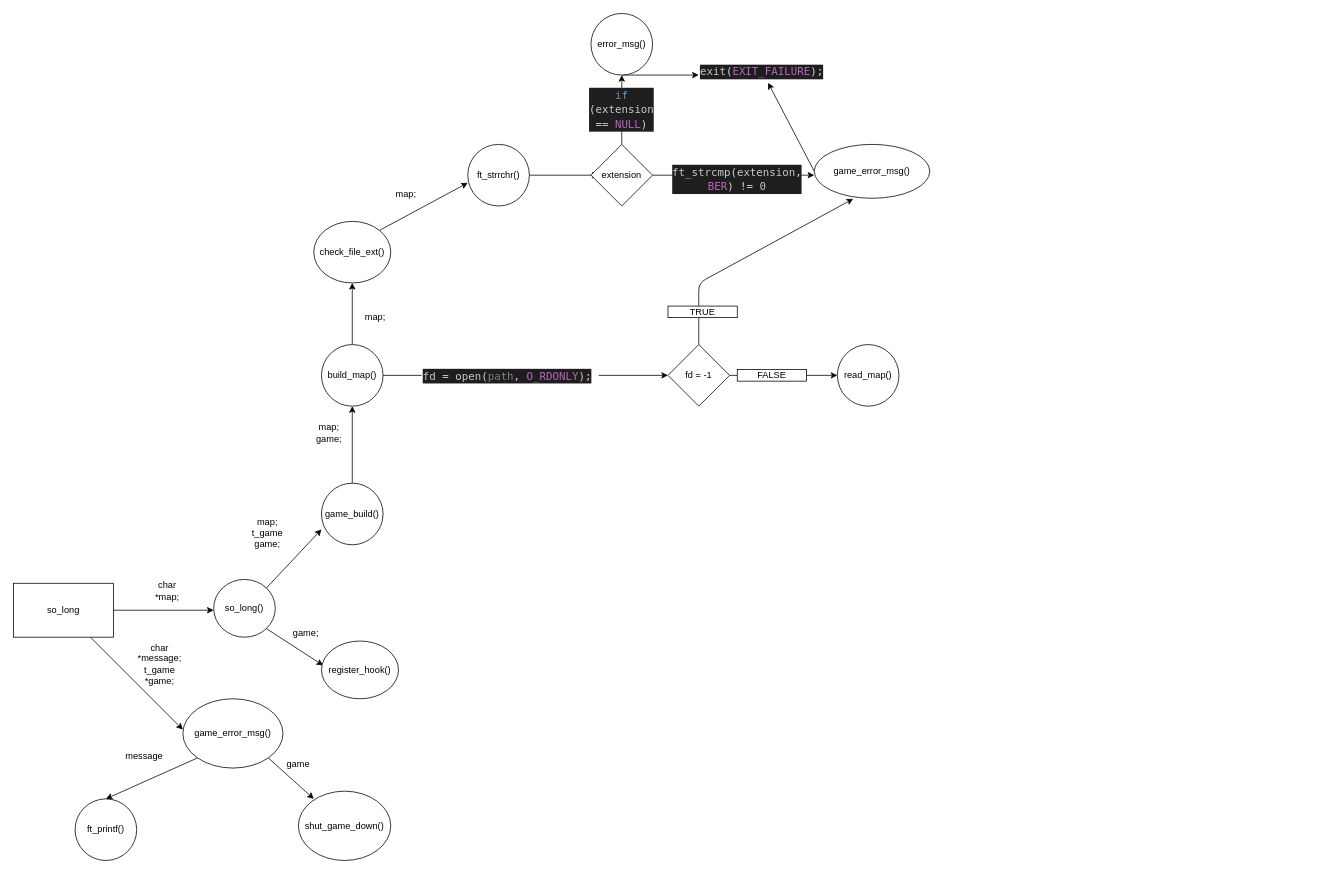
Above: so_long/so_long_diagram.drawio in JOAOVIEG/42Lisboa (draw.io), before the change. Source tidied: cells renumbered, new cells numbered last; positions are measured from the earlier drawing's top-left corner, leaving out a move shared by most shapes. Both pictures are drawn from the tidied source at 77%, with x=0, y=0 at pixel (13, 13).
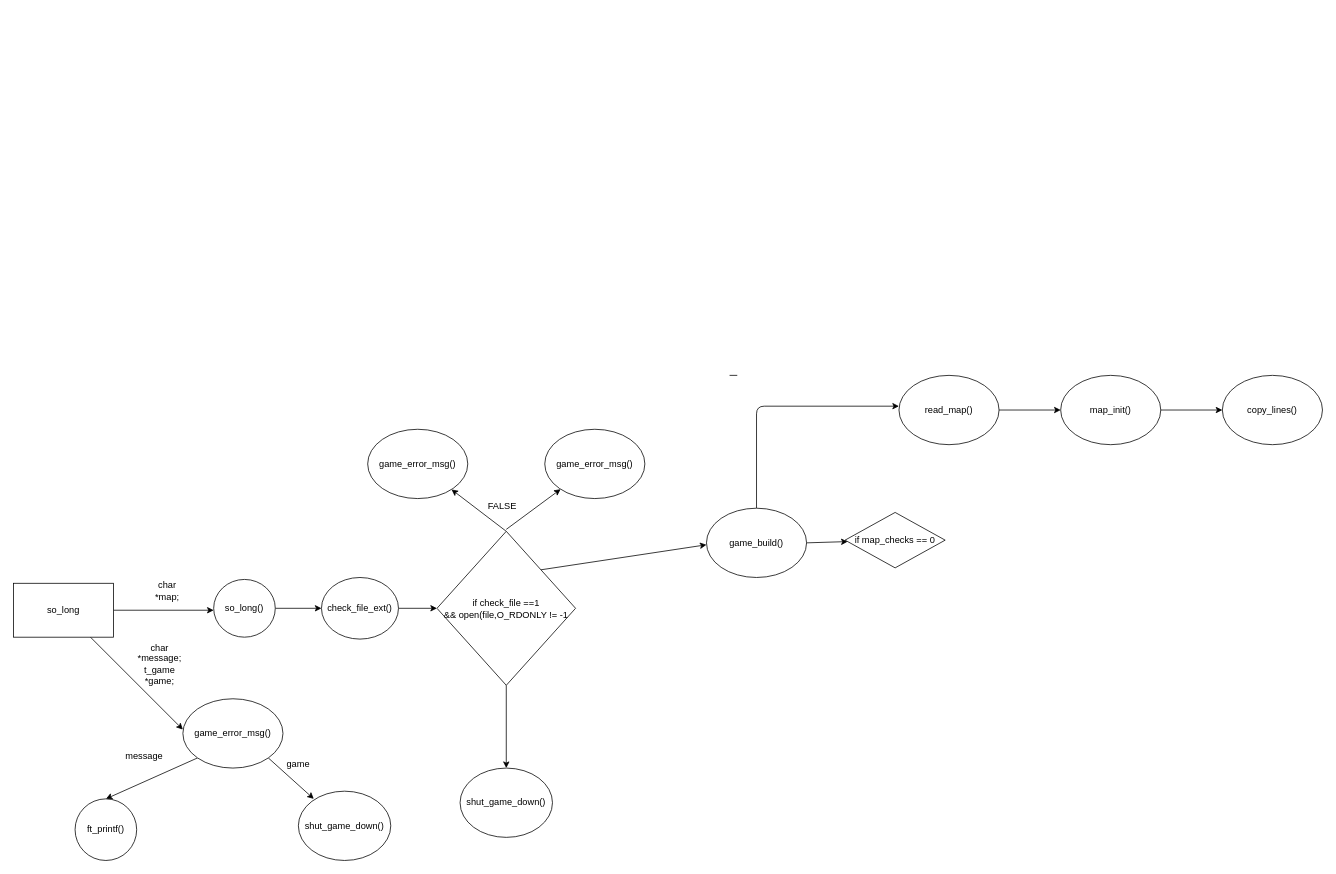
Above is the later version.

Commit message (it also covers changes not shown here):
pushing map_checks and related changes

Unchanged cells that the change refers to:
```xml
<mxCell id="7" value="so_long()" style="ellipse;whiteSpace=wrap;html=1;" parent="1" vertex="1">
  <mxGeometry x="260" y="735" width="80" height="75" as="geometry" />
</mxCell>
```

Change to the diagram source:
```diff
@@
-    <mxCell id="5" style="edgeStyle=none;html=1;exitX=1;exitY=0;exitDx=0;exitDy=0;" parent="1" edge="1" source="7">
-      <mxGeometry relative="1" as="geometry">
-        <mxPoint x="400" y="670" as="targetPoint" />
-      </mxGeometry>
-    </mxCell>
-    <mxCell id="6" style="edgeStyle=none;html=1;exitX=1;exitY=1;exitDx=0;exitDy=0;entryX=0.021;entryY=0.422;entryDx=0;entryDy=0;entryPerimeter=0;" parent="1" edge="1" source="7" target="13">
-      <mxGeometry relative="1" as="geometry" />
-    </mxCell>
+    <mxCell id="52" style="edgeStyle=none;html=1;exitX=1;exitY=0.5;exitDx=0;exitDy=0;entryX=0;entryY=0.5;entryDx=0;entryDy=0;" parent="1" edge="1" source="7" target="27">
+      <mxGeometry relative="1" as="geometry" />
+    </mxCell>
@@
-    <mxCell id="11" style="edgeStyle=none;html=1;exitX=0.5;exitY=0;exitDx=0;exitDy=0;" parent="1" edge="1" source="12">
-      <mxGeometry relative="1" as="geometry">
-        <mxPoint x="440" y="510" as="targetPoint" />
-      </mxGeometry>
-    </mxCell>
-    <mxCell id="12" value="game_build()" style="ellipse;whiteSpace=wrap;html=1;" parent="1" vertex="1">
-      <mxGeometry x="400" y="610" width="80" height="80" as="geometry" />
-    </mxCell>
-    <mxCell id="13" value="register_hook()" style="ellipse;whiteSpace=wrap;html=1;" parent="1" vertex="1">
-      <mxGeometry x="400" y="815" width="100" height="75" as="geometry" />
-    </mxCell>
@@
-    <mxCell id="15" value="map;&lt;br&gt;t_game game;" style="text;strokeColor=none;align=center;fillColor=none;html=1;verticalAlign=middle;whiteSpace=wrap;rounded=0;" parent="1" vertex="1">
-      <mxGeometry x="300" y="660" width="60" height="30" as="geometry" />
-    </mxCell>
-    <mxCell id="16" value="game;" style="text;strokeColor=none;align=center;fillColor=none;html=1;verticalAlign=middle;whiteSpace=wrap;rounded=0;" parent="1" vertex="1">
-      <mxGeometry x="350" y="790" width="60" height="30" as="geometry" />
-    </mxCell>
@@
-    <mxCell id="22" style="edgeStyle=none;html=1;exitX=1;exitY=0.5;exitDx=0;exitDy=0;startArrow=none;" parent="1" edge="1" source="44">
-      <mxGeometry relative="1" as="geometry">
-        <mxPoint x="850" y="470" as="targetPoint" />
-      </mxGeometry>
-    </mxCell>
-    <mxCell id="23" style="edgeStyle=none;html=1;exitX=0.5;exitY=0;exitDx=0;exitDy=0;" parent="1" edge="1" source="24">
-      <mxGeometry relative="1" as="geometry">
-        <mxPoint x="440" y="350" as="targetPoint" />
-      </mxGeometry>
-    </mxCell>
-    <mxCell id="24" value="build_map()" style="ellipse;whiteSpace=wrap;html=1;" parent="1" vertex="1">
-      <mxGeometry x="400" y="430" width="80" height="80" as="geometry" />
-    </mxCell>
-    <mxCell id="25" value="map;&lt;br&gt;game;" style="text;strokeColor=none;align=center;fillColor=none;html=1;verticalAlign=middle;whiteSpace=wrap;rounded=0;" parent="1" vertex="1">
-      <mxGeometry x="380" y="530" width="60" height="30" as="geometry" />
-    </mxCell>
-    <mxCell id="26" style="edgeStyle=none;html=1;exitX=1;exitY=0;exitDx=0;exitDy=0;" parent="1" edge="1" source="27">
-      <mxGeometry relative="1" as="geometry">
-        <mxPoint x="590" y="220" as="targetPoint" />
-      </mxGeometry>
-    </mxCell>
+    <mxCell id="53" style="edgeStyle=none;html=1;exitX=1;exitY=0.5;exitDx=0;exitDy=0;entryX=0;entryY=0.5;entryDx=0;entryDy=0;" parent="1" edge="1" source="27" target="58">
+      <mxGeometry relative="1" as="geometry" />
+    </mxCell>
     <mxCell id="27" value="check_file_ext()" style="ellipse;whiteSpace=wrap;html=1;" parent="1" vertex="1">
-      <mxGeometry x="390" y="270" width="100" height="80" as="geometry" />
+      <mxGeometry x="400" y="732.5" width="100" height="80" as="geometry" />
     </mxCell>
-    <mxCell id="28" value="map;" style="text;strokeColor=none;align=center;fillColor=none;html=1;verticalAlign=middle;whiteSpace=wrap;rounded=0;" parent="1" vertex="1">
-      <mxGeometry x="440" y="380" width="60" height="30" as="geometry" />
-    </mxCell>
-    <mxCell id="29" value="map;" style="text;strokeColor=none;align=center;fillColor=none;html=1;verticalAlign=middle;whiteSpace=wrap;rounded=0;" parent="1" vertex="1">
-      <mxGeometry x="480" y="220" width="60" height="30" as="geometry" />
-    </mxCell>
-    <mxCell id="30" style="edgeStyle=none;html=1;exitX=1;exitY=0.5;exitDx=0;exitDy=0;" parent="1" edge="1" source="31">
-      <mxGeometry relative="1" as="geometry">
-        <mxPoint x="760" y="210" as="targetPoint" />
-      </mxGeometry>
-    </mxCell>
-    <mxCell id="31" value="ft_strrchr()" style="ellipse;whiteSpace=wrap;html=1;" parent="1" vertex="1">
-      <mxGeometry x="590" y="170" width="80" height="80" as="geometry" />
-    </mxCell>
-    <mxCell id="32" style="edgeStyle=none;html=1;exitX=0.5;exitY=0;exitDx=0;exitDy=0;" parent="1" edge="1" source="35">
-      <mxGeometry relative="1" as="geometry">
-        <mxPoint x="790" y="80" as="targetPoint" />
-        <Array as="points">
-          <mxPoint x="790" y="130" />
-        </Array>
-      </mxGeometry>
-    </mxCell>
-    <mxCell id="33" style="edgeStyle=none;html=1;exitX=1;exitY=0.5;exitDx=0;exitDy=0;" parent="1" edge="1" source="35">
-      <mxGeometry relative="1" as="geometry">
-        <mxPoint x="1040" y="210" as="targetPoint" />
-      </mxGeometry>
-    </mxCell>
-    <mxCell id="34" style="edgeStyle=none;html=1;exitX=0.5;exitY=0;exitDx=0;exitDy=0;" parent="1" edge="1" source="35">
-      <mxGeometry relative="1" as="geometry">
-        <mxPoint x="790" y="170" as="targetPoint" />
-      </mxGeometry>
-    </mxCell>
-    <mxCell id="35" value="extension" style="rhombus;whiteSpace=wrap;html=1;" parent="1" vertex="1">
-      <mxGeometry x="750" y="170" width="80" height="80" as="geometry" />
-    </mxCell>
-    <mxCell id="36" value="&lt;div style=&quot;color: rgb(212, 212, 212); background-color: rgb(30, 30, 30); font-family: &amp;quot;Droid Sans Mono&amp;quot;, &amp;quot;monospace&amp;quot;, monospace; font-weight: normal; font-size: 14px; line-height: 19px;&quot;&gt;&lt;div&gt;&lt;span style=&quot;color: #569cd6;&quot;&gt;if&lt;/span&gt;&lt;span style=&quot;color: #d4d4d4;&quot;&gt; (&lt;/span&gt;&lt;span style=&quot;color: #c8c8c8;&quot;&gt;extension&lt;/span&gt;&lt;span style=&quot;color: #d4d4d4;&quot;&gt; == &lt;/span&gt;&lt;span style=&quot;color: #bd63c5;&quot;&gt;NULL&lt;/span&gt;&lt;span style=&quot;color: #d4d4d4;&quot;&gt;)&lt;/span&gt;&lt;/div&gt;&lt;/div&gt;" style="text;strokeColor=none;align=center;fillColor=none;html=1;verticalAlign=middle;whiteSpace=wrap;rounded=0;" parent="1" vertex="1">
-      <mxGeometry x="760" y="110" width="60" height="30" as="geometry" />
-    </mxCell>
-    <mxCell id="37" style="edgeStyle=none;html=1;exitX=0.5;exitY=1;exitDx=0;exitDy=0;" parent="1" edge="1" source="38">
-      <mxGeometry relative="1" as="geometry">
-        <mxPoint x="890" y="80" as="targetPoint" />
-      </mxGeometry>
-    </mxCell>
-    <mxCell id="38" value="error_msg()" style="ellipse;whiteSpace=wrap;html=1;" parent="1" vertex="1">
-      <mxGeometry x="750" width="80" height="80" as="geometry" />
-    </mxCell>
-    <mxCell id="39" value="&lt;div style=&quot;color: rgb(212, 212, 212); background-color: rgb(30, 30, 30); font-family: &amp;quot;Droid Sans Mono&amp;quot;, &amp;quot;monospace&amp;quot;, monospace; font-size: 14px; line-height: 19px;&quot;&gt;&lt;span style=&quot;color: #c8c8c8;&quot;&gt;ft_strcmp&lt;/span&gt;(&lt;span style=&quot;color: #c8c8c8;&quot;&gt;extension&lt;/span&gt;, &lt;span style=&quot;color: #bd63c5;&quot;&gt;BER&lt;/span&gt;) != &lt;span style=&quot;color: #b5cea8;&quot;&gt;0&lt;/span&gt;&lt;/div&gt;" style="text;strokeColor=none;align=center;fillColor=none;html=1;verticalAlign=middle;whiteSpace=wrap;rounded=0;" parent="1" vertex="1">
-      <mxGeometry x="910" y="200" width="60" height="30" as="geometry" />
-    </mxCell>
-    <mxCell id="40" style="edgeStyle=none;html=1;exitX=0;exitY=0.5;exitDx=0;exitDy=0;" parent="1" edge="1" source="41">
-      <mxGeometry relative="1" as="geometry">
-        <mxPoint x="980" y="90" as="targetPoint" />
-      </mxGeometry>
-    </mxCell>
-    <mxCell id="41" value="game_error_msg()" style="ellipse;whiteSpace=wrap;html=1;" parent="1" vertex="1">
-      <mxGeometry x="1040" y="170" width="150" height="70" as="geometry" />
-    </mxCell>
-    <mxCell id="42" value="&lt;div style=&quot;color: rgb(212, 212, 212); background-color: rgb(30, 30, 30); font-family: &amp;quot;Droid Sans Mono&amp;quot;, &amp;quot;monospace&amp;quot;, monospace; font-weight: normal; font-size: 14px; line-height: 19px;&quot;&gt;&lt;div&gt;&lt;span style=&quot;color: #c8c8c8;&quot;&gt;exit&lt;/span&gt;&lt;span style=&quot;color: #d4d4d4;&quot;&gt;(&lt;/span&gt;&lt;span style=&quot;color: #bd63c5;&quot;&gt;EXIT_FAILURE&lt;/span&gt;&lt;span style=&quot;color: #d4d4d4;&quot;&gt;);&lt;/span&gt;&lt;/div&gt;&lt;/div&gt;" style="text;whiteSpace=wrap;html=1;" parent="1" vertex="1">
-      <mxGeometry x="890" y="60" width="190" height="40" as="geometry" />
-    </mxCell>
-    <mxCell id="43" style="edgeStyle=none;html=1;exitX=1;exitY=0.5;exitDx=0;exitDy=0;endArrow=none;" parent="1" edge="1" source="24" target="44">
-      <mxGeometry relative="1" as="geometry" />
-    </mxCell>
-    <mxCell id="44" value="&lt;div style=&quot;color: rgb(212, 212, 212); background-color: rgb(30, 30, 30); font-family: &amp;quot;Droid Sans Mono&amp;quot;, &amp;quot;monospace&amp;quot;, monospace; font-weight: normal; font-size: 14px; line-height: 19px;&quot;&gt;&lt;div&gt;&lt;span style=&quot;color: #c8c8c8;&quot;&gt;fd&lt;/span&gt;&lt;span style=&quot;color: #d4d4d4;&quot;&gt; = &lt;/span&gt;&lt;span style=&quot;color: #c8c8c8;&quot;&gt;open&lt;/span&gt;&lt;span style=&quot;color: #d4d4d4;&quot;&gt;(&lt;/span&gt;&lt;span style=&quot;color: #7f7f7f;&quot;&gt;path&lt;/span&gt;&lt;span style=&quot;color: #d4d4d4;&quot;&gt;, &lt;/span&gt;&lt;span style=&quot;color: #bd63c5;&quot;&gt;O_RDONLY&lt;/span&gt;&lt;span style=&quot;color: #d4d4d4;&quot;&gt;);&lt;/span&gt;&lt;/div&gt;&lt;/div&gt;" style="text;whiteSpace=wrap;html=1;" parent="1" vertex="1">
-      <mxGeometry x="530" y="455" width="230" height="30" as="geometry" />
-    </mxCell>
-    <mxCell id="45" style="edgeStyle=none;html=1;exitX=0.5;exitY=0;exitDx=0;exitDy=0;entryX=0.337;entryY=1.011;entryDx=0;entryDy=0;entryPerimeter=0;" parent="1" edge="1" source="47" target="41">
-      <mxGeometry relative="1" as="geometry">
-        <Array as="points">
-          <mxPoint x="890" y="350" />
-        </Array>
-      </mxGeometry>
-    </mxCell>
-    <mxCell id="46" style="edgeStyle=none;html=1;exitX=1;exitY=0.5;exitDx=0;exitDy=0;startArrow=none;" parent="1" edge="1" source="50">
-      <mxGeometry relative="1" as="geometry">
-        <mxPoint x="1070" y="470" as="targetPoint" />
-      </mxGeometry>
-    </mxCell>
-    <mxCell id="47" value="fd = -1" style="rhombus;whiteSpace=wrap;html=1;" parent="1" vertex="1">
-      <mxGeometry x="850" y="430" width="80" height="80" as="geometry" />
-    </mxCell>
-    <mxCell id="48" value="TRUE" style="rounded=0;whiteSpace=wrap;html=1;" parent="1" vertex="1">
-      <mxGeometry x="850" y="380" width="90" height="15" as="geometry" />
-    </mxCell>
-    <mxCell id="49" style="edgeStyle=none;html=1;exitX=1;exitY=0.5;exitDx=0;exitDy=0;endArrow=none;" parent="1" edge="1" source="47" target="50">
-      <mxGeometry relative="1" as="geometry" />
+    <mxCell id="49" style="edgeStyle=none;html=1;exitX=1;exitY=0.5;exitDx=0;exitDy=0;endArrow=none;" parent="1" edge="1">
+      <mxGeometry relative="1" as="geometry">
+        <mxPoint x="930" y="470" as="sourcePoint" />
+        <mxPoint x="940" y="470" as="targetPoint" />
+      </mxGeometry>
     </mxCell>
+    <mxCell id="54" style="edgeStyle=none;html=1;" parent="1" edge="1" target="60">
+      <mxGeometry relative="1" as="geometry">
+        <mxPoint x="640" y="670" as="sourcePoint" />
+      </mxGeometry>
+    </mxCell>
+    <mxCell id="55" style="edgeStyle=none;html=1;exitX=0.5;exitY=0;exitDx=0;exitDy=0;" parent="1" edge="1" source="58" target="59">
+      <mxGeometry relative="1" as="geometry" />
+    </mxCell>
+    <mxCell id="56" style="edgeStyle=none;html=1;exitX=1;exitY=0;exitDx=0;exitDy=0;" parent="1" edge="1" source="58">
+      <mxGeometry relative="1" as="geometry">
+        <mxPoint x="900" y="690" as="targetPoint" />
+      </mxGeometry>
+    </mxCell>
+    <mxCell id="57" style="edgeStyle=none;html=1;exitX=0.5;exitY=1;exitDx=0;exitDy=0;" parent="1" edge="1" source="58">
+      <mxGeometry relative="1" as="geometry">
+        <mxPoint x="640" y="980" as="targetPoint" />
+      </mxGeometry>
+    </mxCell>
+    <mxCell id="58" value="if check_file ==1&lt;br&gt;&amp;amp;&amp;amp; open(file,O_RDONLY != -1" style="rhombus;whiteSpace=wrap;html=1;" parent="1" vertex="1">
+      <mxGeometry x="550" y="672.5" width="180" height="200" as="geometry" />
+    </mxCell>
-    <mxCell id="50" value="FALSE" style="rounded=0;whiteSpace=wrap;html=1;" parent="1" vertex="1">
-      <mxGeometry x="940" y="462.5" width="90" height="15" as="geometry" />
+    <mxCell id="50" value="FALSE" style="text;html=1;strokeColor=none;fillColor=none;align=center;verticalAlign=middle;whiteSpace=wrap;rounded=0;" parent="1" vertex="1">
+      <mxGeometry x="610" y="630" width="50" height="20" as="geometry" />
     </mxCell>
+    <mxCell id="59" value="game_error_msg()" style="ellipse;whiteSpace=wrap;html=1;" parent="1" vertex="1">
+      <mxGeometry x="460" y="540" width="130" height="90" as="geometry" />
+    </mxCell>
+    <mxCell id="60" value="game_error_msg()" style="ellipse;whiteSpace=wrap;html=1;" parent="1" vertex="1">
+      <mxGeometry x="690" y="540" width="130" height="90" as="geometry" />
+    </mxCell>
+    <mxCell id="61" style="edgeStyle=none;html=1;exitX=0.5;exitY=0;exitDx=0;exitDy=0;" parent="1" edge="1" source="12">
+      <mxGeometry relative="1" as="geometry">
+        <mxPoint x="1150" y="510" as="targetPoint" />
+        <Array as="points">
+          <mxPoint x="965" y="510" />
+        </Array>
+      </mxGeometry>
+    </mxCell>
+    <mxCell id="62" style="edgeStyle=none;html=1;exitX=1;exitY=0.5;exitDx=0;exitDy=0;" parent="1" edge="1" source="12" target="68">
+      <mxGeometry relative="1" as="geometry" />
+    </mxCell>
+    <mxCell id="12" value="game_build()" style="ellipse;whiteSpace=wrap;html=1;" parent="1" vertex="1">
+      <mxGeometry x="900" y="642.5" width="130" height="90" as="geometry" />
+    </mxCell>
+    <mxCell id="63" value="shut_game_down()" style="ellipse;whiteSpace=wrap;html=1;" parent="1" vertex="1">
+      <mxGeometry x="580" y="980" width="120" height="90" as="geometry" />
+    </mxCell>
+    <mxCell id="64" style="edgeStyle=none;html=1;exitX=1;exitY=0.5;exitDx=0;exitDy=0;entryX=0;entryY=0.5;entryDx=0;entryDy=0;" parent="1" edge="1" source="51" target="66">
+      <mxGeometry relative="1" as="geometry" />
+    </mxCell>
     <mxCell id="51" value="read_map()" style="ellipse;whiteSpace=wrap;html=1;" parent="1" vertex="1">
-      <mxGeometry x="1070" y="430" width="80" height="80" as="geometry" />
+      <mxGeometry x="1150" y="470" width="130" height="90" as="geometry" />
     </mxCell>
+    <mxCell id="65" style="edgeStyle=none;html=1;exitX=1;exitY=0.5;exitDx=0;exitDy=0;entryX=0;entryY=0.5;entryDx=0;entryDy=0;" parent="1" edge="1" source="66" target="67">
+      <mxGeometry relative="1" as="geometry" />
+    </mxCell>
+    <mxCell id="66" value="map_init()" style="ellipse;whiteSpace=wrap;html=1;" parent="1" vertex="1">
+      <mxGeometry x="1360" y="470" width="130" height="90" as="geometry" />
+    </mxCell>
+    <mxCell id="67" value="copy_lines()" style="ellipse;whiteSpace=wrap;html=1;" parent="1" vertex="1">
+      <mxGeometry x="1570" y="470" width="130" height="90" as="geometry" />
+    </mxCell>
+    <mxCell id="68" value="if map_checks == 0" style="rhombus;whiteSpace=wrap;html=1;" parent="1" vertex="1">
+      <mxGeometry x="1080" y="648" width="130" height="72" as="geometry" />
+    </mxCell>
```
